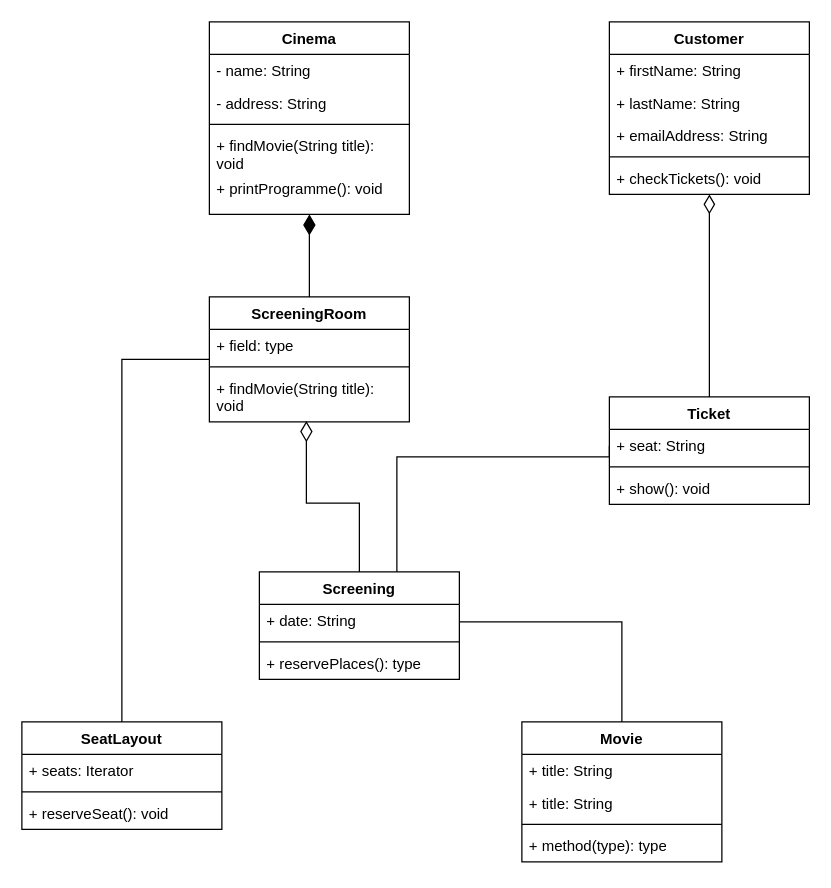
ElMihalk/mwo-aimo-multipleks keeps this draw.io diagram as Diagram_multipleks.drawio. Above is the earlier version. Source tidied: cells renumbered, new cells numbered last; positions are measured from the earlier drawing's top-left corner, leaving out a move shared by most shapes. Both pictures are drawn from the tidied source at 125%, with x=0, y=0 at pixel (21, 21).
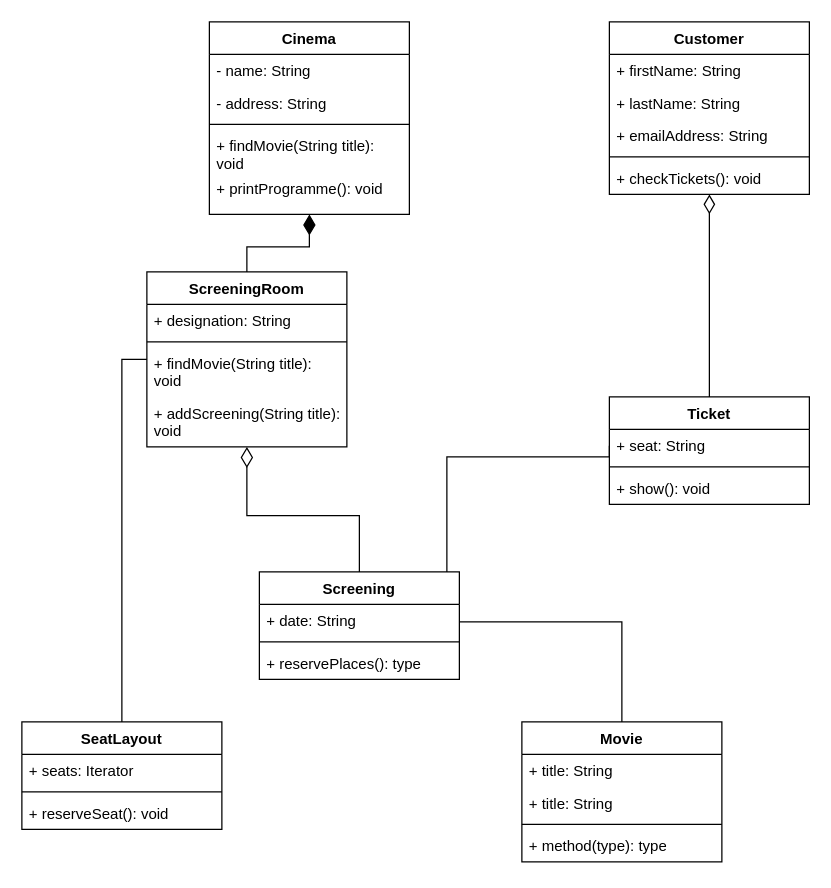
The same page after the edit.

Unchanged cells that the change refers to:
```xml
<mxCell id="10" value="Screening" style="swimlane;fontStyle=1;align=center;verticalAlign=top;horizontal=1;startSize=26;whiteSpace=wrap;html=1;" parent="1" vertex="1">
  <mxGeometry x="190" y="440" width="160" height="86" as="geometry" />
</mxCell>
<mxCell id="22" value="+ findMovie(String title): void" style="text;strokeColor=none;fillColor=none;align=left;verticalAlign=top;spacingLeft=4;spacingRight=4;overflow=hidden;points=[[0,0.5],[1,0.5]];portConstraint=eastwest;whiteSpace=wrap;html=1;" parent="19" vertex="1">
  <mxGeometry y="60" width="160" height="40" as="geometry" />
</mxCell>
<mxCell id="38" value="+ seat: String" style="text;strokeColor=none;fillColor=none;align=left;verticalAlign=top;spacingLeft=4;spacingRight=4;overflow=hidden;points=[[0,0.5],[1,0.5]];portConstraint=eastwest;whiteSpace=wrap;html=1;" parent="37" vertex="1">
  <mxGeometry y="26" width="160" height="26" as="geometry" />
</mxCell>
```

What changed in the source:
```diff
@@
     <mxCell id="9" style="edgeStyle=orthogonalEdgeStyle;rounded=0;jettySize=auto;html=1;entryX=0;entryY=0.5;entryDx=0;entryDy=0;endArrow=none;endFill=0;" parent="1" edge="1" source="10" target="38">
       <mxGeometry relative="1" as="geometry">
         <Array as="points">
-          <mxPoint x="300" y="348" />
+          <mxPoint x="340" y="348" />
+          <mxPoint x="470" y="348" />
         </Array>
       </mxGeometry>
     </mxCell>
@@
     <mxCell id="19" value="ScreeningRoom" style="swimlane;fontStyle=1;align=center;verticalAlign=top;horizontal=1;startSize=26;whiteSpace=wrap;html=1;" parent="1" vertex="1">
-      <mxGeometry x="150" y="220" width="160" height="100" as="geometry" />
+      <mxGeometry x="100" y="200" width="160" height="140" as="geometry" />
     </mxCell>
-    <mxCell id="20" value="+ field: type" style="text;strokeColor=none;fillColor=none;align=left;verticalAlign=top;spacingLeft=4;spacingRight=4;overflow=hidden;whiteSpace=wrap;html=1;" parent="19" vertex="1">
+    <mxCell id="20" value="+ designation: String" style="text;strokeColor=none;fillColor=none;align=left;verticalAlign=top;spacingLeft=4;spacingRight=4;overflow=hidden;whiteSpace=wrap;html=1;" parent="19" vertex="1">
       <mxGeometry y="26" width="160" height="26" as="geometry" />
     </mxCell>
@@
+    <mxCell id="41" value="+ addScreening(String title): void" style="text;strokeColor=none;fillColor=none;align=left;verticalAlign=top;spacingLeft=4;spacingRight=4;overflow=hidden;whiteSpace=wrap;html=1;" parent="19" vertex="1">
+      <mxGeometry y="100" width="160" height="40" as="geometry" />
+    </mxCell>
@@
-    <mxCell id="29" style="edgeStyle=orthogonalEdgeStyle;rounded=0;jettySize=auto;html=1;entryX=0.485;entryY=0.982;entryDx=0;entryDy=0;entryPerimeter=0;endArrow=diamondThin;endFill=0;endSize=14;" parent="1" edge="1" source="10" target="22">
+    <mxCell id="29" style="edgeStyle=orthogonalEdgeStyle;rounded=0;jettySize=auto;html=1;endArrow=diamondThin;endFill=0;endSize=14;" parent="1" edge="1" source="10" target="19">
       <mxGeometry relative="1" as="geometry" />
     </mxCell>
```
